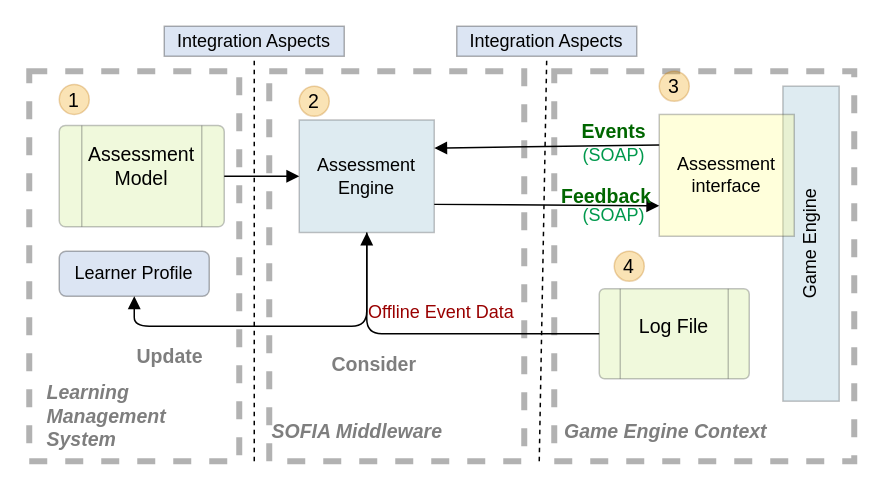
Above: page "SOFIA" (3 of 5) of TheModel.drawio in Kibolabs/Diagrams (draw.io), before the change. Source tidied: cells renumbered, new cells numbered last; positions are measured from the earlier drawing's top-left corner, leaving out a move shared by most shapes. Both pictures are drawn from the tidied source at 150%, with x=0, y=0 at pixel (28, 26).
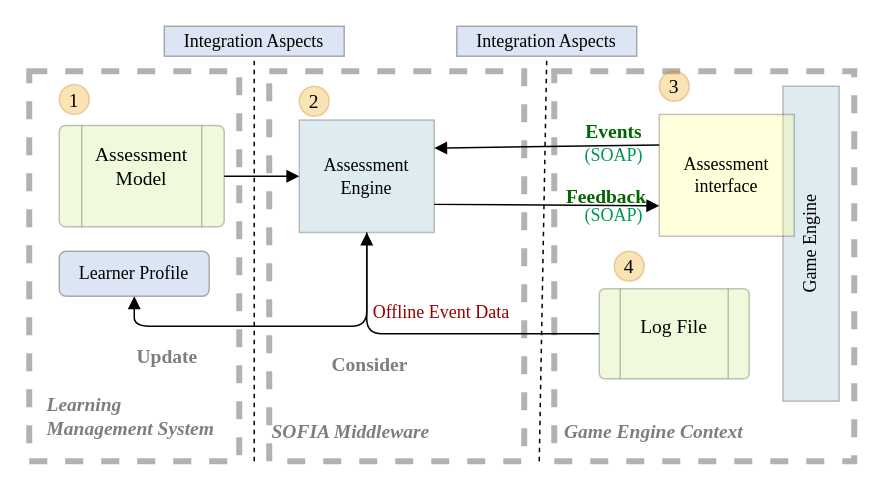
Above is the later version.

Change to the diagram source:
```diff
@@
-    <mxCell id="2" style="rounded=0;whiteSpace=wrap;html=1;dashed=1;strokeWidth=4;perimeterSpacing=0;opacity=30;" parent="1" vertex="1">
+    <mxCell id="2" style="rounded=0;whiteSpace=wrap;html=1;dashed=1;strokeWidth=4;perimeterSpacing=0;opacity=30;fontFamily=Times New Roman;" parent="1" vertex="1">
       <mxGeometry y="30" width="140" height="260" as="geometry" />
     </mxCell>
-    <mxCell id="3" style="rounded=0;whiteSpace=wrap;html=1;dashed=1;strokeWidth=4;perimeterSpacing=0;opacity=30;" parent="1" vertex="1">
+    <mxCell id="3" style="rounded=0;whiteSpace=wrap;html=1;dashed=1;strokeWidth=4;perimeterSpacing=0;opacity=30;fontFamily=Times New Roman;" parent="1" vertex="1">
       <mxGeometry x="160" y="30" width="170" height="260" as="geometry" />
     </mxCell>
-    <mxCell id="4" style="rounded=0;whiteSpace=wrap;html=1;dashed=1;strokeWidth=4;perimeterSpacing=0;opacity=30;" parent="1" vertex="1">
+    <mxCell id="4" style="rounded=0;whiteSpace=wrap;html=1;dashed=1;strokeWidth=4;perimeterSpacing=0;opacity=30;fontFamily=Times New Roman;" parent="1" vertex="1">
       <mxGeometry x="350" y="30" width="200" height="260" as="geometry" />
     </mxCell>
-    <mxCell id="5" value="Game Engine" style="rounded=0;whiteSpace=wrap;html=1;strokeWidth=1;opacity=30;rotation=-90;strokeColor=#36393d;fillColor=#92BCD1;" parent="1" vertex="1">
+    <mxCell id="5" value="Game Engine" style="rounded=0;whiteSpace=wrap;html=1;strokeWidth=1;opacity=30;rotation=-90;strokeColor=#36393d;fillColor=#92BCD1;fontFamily=Times New Roman;" parent="1" vertex="1">
       <mxGeometry x="416.2" y="126.2" width="210" height="37.5" as="geometry" />
     </mxCell>
-    <mxCell id="6" value="Assessment Engine" style="rounded=0;whiteSpace=wrap;html=1;strokeWidth=1;opacity=30;strokeColor=#36393d;fillColor=#92BCD1;" parent="1" vertex="1">
+    <mxCell id="6" value="Assessment Engine" style="rounded=0;whiteSpace=wrap;html=1;strokeWidth=1;opacity=30;strokeColor=#36393d;fillColor=#92BCD1;fontFamily=Times New Roman;" parent="1" vertex="1">
       <mxGeometry x="180" y="62.5" width="90" height="75" as="geometry" />
     </mxCell>
-    <mxCell id="7" value="Learner Profile" style="rounded=1;whiteSpace=wrap;html=1;strokeWidth=1;opacity=30;fillColor=#8BA9D6;" parent="1" vertex="1">
+    <mxCell id="7" value="Learner Profile" style="rounded=1;whiteSpace=wrap;html=1;strokeWidth=1;opacity=30;fillColor=#8BA9D6;fontFamily=Times New Roman;" parent="1" vertex="1">
       <mxGeometry x="20" y="150" width="100" height="30" as="geometry" />
     </mxCell>
-    <mxCell id="8" value="Integration Aspects" style="rounded=0;whiteSpace=wrap;html=1;strokeWidth=1;opacity=30;fillColor=#8BA9D6;" parent="1" vertex="1">
+    <mxCell id="8" value="Integration Aspects" style="rounded=0;whiteSpace=wrap;html=1;strokeWidth=1;opacity=30;fillColor=#8BA9D6;fontFamily=Times New Roman;" parent="1" vertex="1">
       <mxGeometry x="90" width="120" height="20" as="geometry" />
     </mxCell>
-    <mxCell id="9" value="Integration Aspects" style="rounded=0;whiteSpace=wrap;html=1;strokeWidth=1;opacity=30;fillColor=#8BA9D6;" parent="1" vertex="1">
+    <mxCell id="9" value="Integration Aspects" style="rounded=0;whiteSpace=wrap;html=1;strokeWidth=1;opacity=30;fillColor=#8BA9D6;fontFamily=Times New Roman;" parent="1" vertex="1">
       <mxGeometry x="285" width="120" height="20" as="geometry" />
     </mxCell>
-    <mxCell id="10" value="&lt;span style=&quot;font-size: 13px;&quot;&gt;&lt;font style=&quot;font-size: 13px;&quot;&gt;1&lt;/font&gt;&lt;/span&gt;" style="ellipse;whiteSpace=wrap;html=1;strokeWidth=1;opacity=30;fillColor=#f0a30a;strokeColor=#BD7000;fontColor=#000000;fontSize=13;fontStyle=0;" parent="1" vertex="1">
+    <mxCell id="10" value="&lt;span style=&quot;font-size: 13px;&quot;&gt;&lt;font style=&quot;font-size: 13px;&quot;&gt;1&lt;/font&gt;&lt;/span&gt;" style="ellipse;whiteSpace=wrap;html=1;strokeWidth=1;opacity=30;fillColor=#f0a30a;strokeColor=#BD7000;fontColor=#000000;fontSize=13;fontStyle=0;fontFamily=Times New Roman;" parent="1" vertex="1">
       <mxGeometry x="20" y="38.8" width="20" height="20" as="geometry" />
     </mxCell>
-    <mxCell id="11" value="&lt;span style=&quot;font-size: 13px;&quot;&gt;&lt;font style=&quot;font-size: 13px;&quot;&gt;2&lt;/font&gt;&lt;/span&gt;" style="ellipse;whiteSpace=wrap;html=1;strokeWidth=1;opacity=30;fillColor=#f0a30a;strokeColor=#BD7000;fontColor=#000000;fontSize=13;fontStyle=0;" parent="1" vertex="1">
+    <mxCell id="11" value="&lt;span style=&quot;font-size: 13px;&quot;&gt;&lt;font style=&quot;font-size: 13px;&quot;&gt;2&lt;/font&gt;&lt;/span&gt;" style="ellipse;whiteSpace=wrap;html=1;strokeWidth=1;opacity=30;fillColor=#f0a30a;strokeColor=#BD7000;fontColor=#000000;fontSize=13;fontStyle=0;fontFamily=Times New Roman;" parent="1" vertex="1">
       <mxGeometry x="180" y="40" width="20" height="20" as="geometry" />
     </mxCell>
-    <mxCell id="12" value="&lt;span style=&quot;font-size: 13px;&quot;&gt;&lt;font style=&quot;font-size: 13px;&quot;&gt;3&lt;/font&gt;&lt;/span&gt;" style="ellipse;whiteSpace=wrap;html=1;strokeWidth=1;opacity=30;fillColor=#f0a30a;strokeColor=#BD7000;fontColor=#000000;fontSize=13;fontStyle=0;" parent="1" vertex="1">
+    <mxCell id="12" value="&lt;span style=&quot;font-size: 13px;&quot;&gt;&lt;font style=&quot;font-size: 13px;&quot;&gt;3&lt;/font&gt;&lt;/span&gt;" style="ellipse;whiteSpace=wrap;html=1;strokeWidth=1;opacity=30;fillColor=#f0a30a;strokeColor=#BD7000;fontColor=#000000;fontSize=13;fontStyle=0;fontFamily=Times New Roman;" parent="1" vertex="1">
       <mxGeometry x="420" y="30" width="20" height="20" as="geometry" />
     </mxCell>
-    <mxCell id="13" value="&lt;span style=&quot;font-size: 13px;&quot;&gt;&lt;font style=&quot;font-size: 13px;&quot;&gt;4&lt;/font&gt;&lt;/span&gt;" style="ellipse;whiteSpace=wrap;html=1;strokeWidth=1;opacity=30;fillColor=#f0a30a;strokeColor=#BD7000;fontColor=#000000;fontSize=13;fontStyle=0;" parent="1" vertex="1">
+    <mxCell id="13" value="&lt;span style=&quot;font-size: 13px;&quot;&gt;&lt;font style=&quot;font-size: 13px;&quot;&gt;4&lt;/font&gt;&lt;/span&gt;" style="ellipse;whiteSpace=wrap;html=1;strokeWidth=1;opacity=30;fillColor=#f0a30a;strokeColor=#BD7000;fontColor=#000000;fontSize=13;fontStyle=0;fontFamily=Times New Roman;" parent="1" vertex="1">
       <mxGeometry x="390" y="150" width="20" height="20" as="geometry" />
     </mxCell>
-    <mxCell id="14" style="endArrow=none;dashed=1;html=1;fontSize=13;entryX=0.5;entryY=1;entryDx=0;entryDy=0;" parent="1" edge="1" target="8">
+    <mxCell id="14" style="endArrow=none;dashed=1;html=1;fontSize=13;entryX=0.5;entryY=1;entryDx=0;entryDy=0;fontFamily=Times New Roman;" parent="1" edge="1" target="8">
       <mxGeometry relative="1" as="geometry">
         <mxPoint x="150" y="290" as="sourcePoint" />
       </mxGeometry>
     </mxCell>
-    <mxCell id="15" style="endArrow=none;dashed=1;html=1;fontSize=13;entryX=0.5;entryY=1;entryDx=0;entryDy=0;" parent="1" edge="1" target="9">
+    <mxCell id="15" style="endArrow=none;dashed=1;html=1;fontSize=13;entryX=0.5;entryY=1;entryDx=0;entryDy=0;fontFamily=Times New Roman;" parent="1" edge="1" target="9">
       <mxGeometry relative="1" as="geometry">
         <mxPoint x="340" y="290" as="sourcePoint" />
       </mxGeometry>
     </mxCell>
-    <mxCell id="16" value="Learning Management System" style="text;html=1;strokeColor=none;fillColor=none;align=left;verticalAlign=middle;whiteSpace=wrap;rounded=0;fontSize=13;opacity=30;fontStyle=3;textOpacity=50;" parent="1" vertex="1">
+    <mxCell id="16" value="Learning Management System" style="text;html=1;strokeColor=none;fillColor=none;align=left;verticalAlign=middle;whiteSpace=wrap;rounded=0;fontSize=13;opacity=30;fontStyle=3;textOpacity=50;fontFamily=Times New Roman;" parent="1" vertex="1">
       <mxGeometry x="10" y="250" width="120" height="20" as="geometry" />
     </mxCell>
-    <mxCell id="17" value="SOFIA Middleware" style="text;html=1;strokeColor=none;fillColor=none;align=left;verticalAlign=middle;whiteSpace=wrap;rounded=0;fontSize=13;opacity=30;fontStyle=3;textOpacity=50;" parent="1" vertex="1">
+    <mxCell id="17" value="SOFIA Middleware" style="text;html=1;strokeColor=none;fillColor=none;align=left;verticalAlign=middle;whiteSpace=wrap;rounded=0;fontSize=13;opacity=30;fontStyle=3;textOpacity=50;fontFamily=Times New Roman;" parent="1" vertex="1">
       <mxGeometry x="160" y="260" width="140" height="20" as="geometry" />
     </mxCell>
-    <mxCell id="18" value="Game Engine Context" style="text;html=1;strokeColor=none;fillColor=none;align=left;verticalAlign=middle;whiteSpace=wrap;rounded=0;fontSize=13;opacity=30;fontStyle=3;textOpacity=50;" parent="1" vertex="1">
+    <mxCell id="18" value="Game Engine Context" style="text;html=1;strokeColor=none;fillColor=none;align=left;verticalAlign=middle;whiteSpace=wrap;rounded=0;fontSize=13;opacity=30;fontStyle=3;textOpacity=50;fontFamily=Times New Roman;" parent="1" vertex="1">
       <mxGeometry x="355" y="260" width="150" height="20" as="geometry" />
     </mxCell>
-    <mxCell id="19" value="Consider" style="text;html=1;strokeColor=none;fillColor=none;align=left;verticalAlign=middle;whiteSpace=wrap;rounded=0;fontSize=13;opacity=30;fontStyle=1;textOpacity=50;" parent="1" vertex="1">
+    <mxCell id="19" value="Consider" style="text;html=1;strokeColor=none;fillColor=none;align=left;verticalAlign=middle;whiteSpace=wrap;rounded=0;fontSize=13;opacity=30;fontStyle=1;textOpacity=50;fontFamily=Times New Roman;" parent="1" vertex="1">
       <mxGeometry x="200" y="215" width="40" height="20" as="geometry" />
     </mxCell>
-    <mxCell id="20" value="Update" style="text;html=1;strokeColor=none;fillColor=none;align=left;verticalAlign=middle;whiteSpace=wrap;rounded=0;fontSize=13;opacity=30;fontStyle=1;textOpacity=50;" parent="1" vertex="1">
+    <mxCell id="20" value="Update" style="text;html=1;strokeColor=none;fillColor=none;align=left;verticalAlign=middle;whiteSpace=wrap;rounded=0;fontSize=13;opacity=30;fontStyle=1;textOpacity=50;fontFamily=Times New Roman;" parent="1" vertex="1">
       <mxGeometry x="70" y="210" width="40" height="20" as="geometry" />
     </mxCell>
-    <mxCell id="21" style="html=1;verticalAlign=bottom;endArrow=block;fontSize=13;fillColor=#000000;exitX=0;exitY=0.25;exitDx=0;exitDy=0;entryX=1;entryY=0.25;entryDx=0;entryDy=0;" parent="1" edge="1" source="24" target="6">
+    <mxCell id="21" style="html=1;verticalAlign=bottom;endArrow=block;fontSize=13;fillColor=#000000;exitX=0;exitY=0.25;exitDx=0;exitDy=0;entryX=1;entryY=0.25;entryDx=0;entryDy=0;fontFamily=Times New Roman;" parent="1" edge="1" source="24" target="6">
       <mxGeometry relative="1" as="geometry" />
     </mxCell>
-    <mxCell id="22" style="html=1;verticalAlign=bottom;endArrow=block;fontSize=13;fillColor=#000000;exitX=1;exitY=0.75;exitDx=0;exitDy=0;entryX=0;entryY=0.75;entryDx=0;entryDy=0;" parent="1" edge="1" source="6" target="24">
+    <mxCell id="22" style="html=1;verticalAlign=bottom;endArrow=block;fontSize=13;fillColor=#000000;exitX=1;exitY=0.75;exitDx=0;exitDy=0;entryX=0;entryY=0.75;entryDx=0;entryDy=0;fontFamily=Times New Roman;" parent="1" edge="1" source="6" target="24">
       <mxGeometry relative="1" as="geometry" />
     </mxCell>
-    <mxCell id="23" style="html=1;verticalAlign=bottom;endArrow=block;fontSize=13;fillColor=#000000;exitX=0.5;exitY=1;exitDx=0;exitDy=0;entryX=0.5;entryY=1;entryDx=0;entryDy=0;" parent="1" edge="1" source="6" target="7">
+    <mxCell id="23" style="html=1;verticalAlign=bottom;endArrow=block;fontSize=13;fillColor=#000000;exitX=0.5;exitY=1;exitDx=0;exitDy=0;entryX=0.5;entryY=1;entryDx=0;entryDy=0;fontFamily=Times New Roman;" parent="1" edge="1" source="6" target="7">
       <mxGeometry relative="1" as="geometry">
         <Array as="points">
           <mxPoint x="225" y="200" />
           <mxPoint x="70" y="200" />
         </Array>
       </mxGeometry>
     </mxCell>
-    <mxCell id="24" value="Assessment interface" style="rounded=0;whiteSpace=wrap;html=1;strokeWidth=1;opacity=30;fillColor=#ffff88;strokeColor=#36393d;" parent="1" vertex="1">
+    <mxCell id="24" value="Assessment interface" style="rounded=0;whiteSpace=wrap;html=1;strokeWidth=1;opacity=30;fillColor=#ffff88;strokeColor=#36393d;fontFamily=Times New Roman;" parent="1" vertex="1">
       <mxGeometry x="420" y="58.8" width="90" height="81.2" as="geometry" />
     </mxCell>
-    <mxCell id="25" value="&lt;font color=&quot;#006600&quot;&gt;&lt;b&gt;Events&lt;/b&gt;&lt;/font&gt;" style="text;html=1;strokeColor=none;fillColor=none;align=center;verticalAlign=middle;whiteSpace=wrap;rounded=0;fontSize=13;opacity=30;" parent="1" vertex="1">
+    <mxCell id="25" value="&lt;font color=&quot;#006600&quot;&gt;&lt;b&gt;Events&lt;/b&gt;&lt;/font&gt;" style="text;html=1;strokeColor=none;fillColor=none;align=center;verticalAlign=middle;whiteSpace=wrap;rounded=0;fontSize=13;opacity=30;fontFamily=Times New Roman;" parent="1" vertex="1">
       <mxGeometry x="370" y="60" width="40" height="20" as="geometry" />
     </mxCell>
-    <mxCell id="26" value="&lt;font color=&quot;#006600&quot;&gt;&lt;b&gt;Feedback&lt;/b&gt;&lt;/font&gt;" style="text;html=1;strokeColor=none;fillColor=none;align=center;verticalAlign=middle;whiteSpace=wrap;rounded=0;fontSize=13;opacity=30;" parent="1" vertex="1">
+    <mxCell id="26" value="&lt;font color=&quot;#006600&quot;&gt;&lt;b&gt;Feedback&lt;/b&gt;&lt;/font&gt;" style="text;html=1;strokeColor=none;fillColor=none;align=center;verticalAlign=middle;whiteSpace=wrap;rounded=0;fontSize=13;opacity=30;fontFamily=Times New Roman;" parent="1" vertex="1">
       <mxGeometry x="365" y="102.5" width="40" height="20" as="geometry" />
     </mxCell>
-    <mxCell id="27" value="&lt;font color=&quot;#00994d&quot; style=&quot;font-size: 12px&quot;&gt;(SOAP)&lt;/font&gt;" style="text;html=1;strokeColor=none;fillColor=none;align=center;verticalAlign=middle;whiteSpace=wrap;rounded=0;fontSize=13;opacity=30;" parent="1" vertex="1">
+    <mxCell id="27" value="&lt;font color=&quot;#00994d&quot; style=&quot;font-size: 12px&quot;&gt;(SOAP)&lt;/font&gt;" style="text;html=1;strokeColor=none;fillColor=none;align=center;verticalAlign=middle;whiteSpace=wrap;rounded=0;fontSize=13;opacity=30;fontFamily=Times New Roman;" parent="1" vertex="1">
       <mxGeometry x="370" y="75" width="40" height="20" as="geometry" />
     </mxCell>
-    <mxCell id="28" value="&lt;font color=&quot;#00994d&quot; style=&quot;font-size: 12px&quot;&gt;(SOAP)&lt;/font&gt;" style="text;html=1;strokeColor=none;fillColor=none;align=center;verticalAlign=middle;whiteSpace=wrap;rounded=0;fontSize=13;opacity=30;" parent="1" vertex="1">
+    <mxCell id="28" value="&lt;font color=&quot;#00994d&quot; style=&quot;font-size: 12px&quot;&gt;(SOAP)&lt;/font&gt;" style="text;html=1;strokeColor=none;fillColor=none;align=center;verticalAlign=middle;whiteSpace=wrap;rounded=0;fontSize=13;opacity=30;fontFamily=Times New Roman;" parent="1" vertex="1">
       <mxGeometry x="370" y="115" width="40" height="20" as="geometry" />
     </mxCell>
-    <mxCell id="29" style="verticalLabelPosition=bottom;verticalAlign=top;html=1;shape=process;whiteSpace=wrap;rounded=1;size=0.14;arcSize=6;fontSize=13;strokeWidth=1;fillColor=#cdeb8b;opacity=30;strokeColor=#36393d;" parent="1" vertex="1">
+    <mxCell id="29" style="verticalLabelPosition=bottom;verticalAlign=top;html=1;shape=process;whiteSpace=wrap;rounded=1;size=0.14;arcSize=6;fontSize=13;strokeWidth=1;fillColor=#cdeb8b;opacity=30;strokeColor=#36393d;fontFamily=Times New Roman;" parent="1" vertex="1">
       <mxGeometry x="380" y="175" width="100" height="60" as="geometry" />
     </mxCell>
-    <mxCell id="30" value="Log File" style="text;html=1;strokeColor=none;fillColor=none;align=center;verticalAlign=middle;whiteSpace=wrap;rounded=0;fontSize=13;opacity=30;" parent="1" vertex="1">
+    <mxCell id="30" value="Log File" style="text;html=1;strokeColor=none;fillColor=none;align=center;verticalAlign=middle;whiteSpace=wrap;rounded=0;fontSize=13;opacity=30;fontFamily=Times New Roman;" parent="1" vertex="1">
       <mxGeometry x="405" y="190" width="50" height="20" as="geometry" />
     </mxCell>
-    <mxCell id="31" style="verticalLabelPosition=bottom;verticalAlign=top;html=1;shape=process;whiteSpace=wrap;rounded=1;size=0.14;arcSize=6;fontSize=13;strokeWidth=1;fillColor=#cdeb8b;opacity=30;strokeColor=#36393d;" parent="1" vertex="1">
+    <mxCell id="31" style="verticalLabelPosition=bottom;verticalAlign=top;html=1;shape=process;whiteSpace=wrap;rounded=1;size=0.14;arcSize=6;fontSize=13;strokeWidth=1;fillColor=#cdeb8b;opacity=30;strokeColor=#36393d;fontFamily=Times New Roman;" parent="1" vertex="1">
       <mxGeometry x="20" y="66.2" width="110" height="67.5" as="geometry" />
     </mxCell>
-    <mxCell id="32" value="Assessment Model" style="text;html=1;strokeColor=none;fillColor=none;align=center;verticalAlign=middle;whiteSpace=wrap;rounded=0;fontSize=13;opacity=30;" parent="1" vertex="1">
+    <mxCell id="32" value="Assessment Model" style="text;html=1;strokeColor=none;fillColor=none;align=center;verticalAlign=middle;whiteSpace=wrap;rounded=0;fontSize=13;opacity=30;fontFamily=Times New Roman;" parent="1" vertex="1">
       <mxGeometry x="50" y="82.5" width="50" height="20" as="geometry" />
     </mxCell>
-    <mxCell id="33" style="html=1;verticalAlign=bottom;endArrow=block;fontSize=13;fillColor=#000000;entryX=0;entryY=0.5;entryDx=0;entryDy=0;exitX=1;exitY=0.5;exitDx=0;exitDy=0;" parent="1" edge="1" source="31" target="6">
+    <mxCell id="33" style="html=1;verticalAlign=bottom;endArrow=block;fontSize=13;fillColor=#000000;entryX=0;entryY=0.5;entryDx=0;entryDy=0;exitX=1;exitY=0.5;exitDx=0;exitDy=0;fontFamily=Times New Roman;" parent="1" edge="1" source="31" target="6">
       <mxGeometry relative="1" as="geometry" />
     </mxCell>
-    <mxCell id="34" style="html=1;verticalAlign=bottom;endArrow=block;fontSize=13;fillColor=#000000;exitX=0;exitY=0.5;exitDx=0;exitDy=0;entryX=0.5;entryY=1;entryDx=0;entryDy=0;" parent="1" edge="1" source="29" target="6">
+    <mxCell id="34" style="html=1;verticalAlign=bottom;endArrow=block;fontSize=13;fillColor=#000000;exitX=0;exitY=0.5;exitDx=0;exitDy=0;entryX=0.5;entryY=1;entryDx=0;entryDy=0;fontFamily=Times New Roman;" parent="1" edge="1" source="29" target="6">
       <mxGeometry relative="1" as="geometry">
         <Array as="points">
           <mxPoint x="225" y="205" />
         </Array>
       </mxGeometry>
     </mxCell>
-    <mxCell id="35" value="&lt;font color=&quot;#990000&quot; style=&quot;font-size: 12px&quot;&gt;Offline Event Data&lt;/font&gt;" style="text;html=1;strokeColor=none;fillColor=none;align=center;verticalAlign=middle;whiteSpace=wrap;rounded=0;fontSize=13;opacity=30;" parent="1" vertex="1">
+    <mxCell id="35" value="&lt;font color=&quot;#990000&quot; style=&quot;font-size: 12px&quot;&gt;Offline Event Data&lt;/font&gt;" style="text;html=1;strokeColor=none;fillColor=none;align=center;verticalAlign=middle;whiteSpace=wrap;rounded=0;fontSize=13;opacity=30;fontFamily=Times New Roman;" parent="1" vertex="1">
       <mxGeometry x="220" y="180" width="110" height="20" as="geometry" />
     </mxCell>
```
